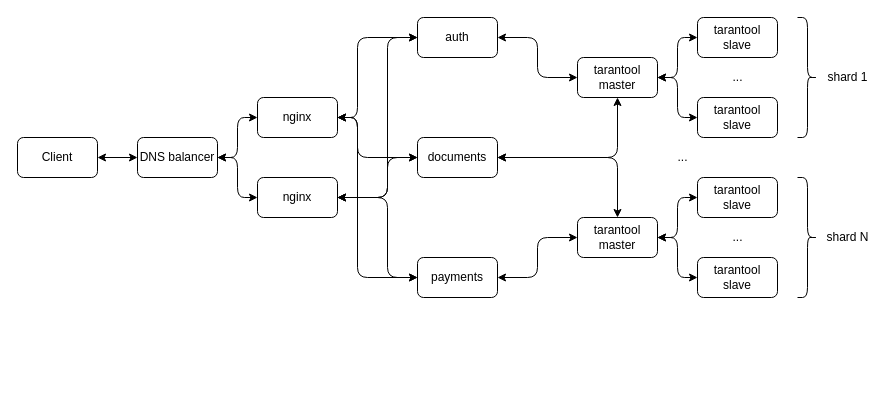
Earlier version of the draw.io diagram app_diagram.drawio (4Marvin2/highload_cloud). Source tidied: cells renumbered, new cells numbered last; positions are measured from the earlier drawing's top-left corner, leaving out a move shared by most shapes. Both pictures are drawn from the tidied source at 100%, with x=0, y=0 at pixel (17, 17).
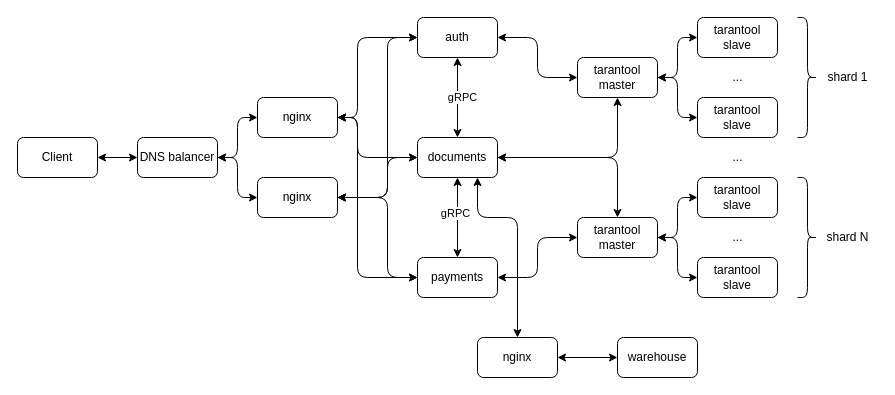
The same page after the edit.

Unchanged cells that the change refers to:
```xml
<mxCell id="12" value="auth" style="rounded=1;whiteSpace=wrap;html=1;" parent="1" vertex="1">
  <mxGeometry x="400" width="80" height="40" as="geometry" />
</mxCell>
<mxCell id="19" value="documents" style="rounded=1;whiteSpace=wrap;html=1;" parent="1" vertex="1">
  <mxGeometry x="400" y="120" width="80" height="40" as="geometry" />
</mxCell>
<mxCell id="21" value="payments" style="rounded=1;whiteSpace=wrap;html=1;" parent="1" vertex="1">
  <mxGeometry x="400" y="240" width="80" height="40" as="geometry" />
</mxCell>
```

The edit, as a diff of the source:
```diff
@@
+    <mxCell id="39" style="edgeStyle=orthogonalEdgeStyle;rounded=1;jettySize=auto;html=1;exitX=0.75;exitY=1;exitDx=0;exitDy=0;entryX=0.5;entryY=0;entryDx=0;entryDy=0;startArrow=classic;startFill=1;" parent="1" edge="1" source="19" target="45">
+      <mxGeometry relative="1" as="geometry">
+        <Array as="points">
+          <mxPoint x="460" y="200" />
+          <mxPoint x="500" y="200" />
+        </Array>
+      </mxGeometry>
+    </mxCell>
+    <mxCell id="40" style="edgeStyle=orthogonalEdgeStyle;rounded=1;jettySize=auto;html=1;exitX=0.5;exitY=0;exitDx=0;exitDy=0;entryX=0.5;entryY=1;entryDx=0;entryDy=0;startArrow=classic;startFill=1;" parent="1" edge="1" source="19" target="12">
+      <mxGeometry relative="1" as="geometry" />
+    </mxCell>
+    <mxCell id="41" value="gRPC" style="edgeLabel;html=1;align=center;verticalAlign=middle;" parent="40" vertex="1">
+      <mxGeometry x="0.03" y="-4" relative="1" as="geometry" />
+    </mxCell>
@@
+    <mxCell id="42" style="edgeStyle=orthogonalEdgeStyle;rounded=1;jettySize=auto;html=1;exitX=0.5;exitY=0;exitDx=0;exitDy=0;entryX=0.5;entryY=1;entryDx=0;entryDy=0;startArrow=classic;startFill=1;" parent="1" edge="1" source="21" target="19">
+      <mxGeometry relative="1" as="geometry" />
+    </mxCell>
+    <mxCell id="43" value="gRPC" style="edgeLabel;html=1;align=center;verticalAlign=middle;" parent="42" vertex="1">
+      <mxGeometry x="0.12" y="3" relative="1" as="geometry" />
+    </mxCell>
@@
     <mxCell id="34" value="..." style="text;html=1;align=center;verticalAlign=middle;strokeColor=none;fillColor=none;" parent="1" vertex="1">
-      <mxGeometry x="650" y="130" width="30" height="20" as="geometry" />
+      <mxGeometry x="705" y="130" width="30" height="20" as="geometry" />
     </mxCell>
@@
+    <mxCell id="44" style="edgeStyle=orthogonalEdgeStyle;rounded=1;jettySize=auto;html=1;exitX=1;exitY=0.5;exitDx=0;exitDy=0;entryX=0;entryY=0.5;entryDx=0;entryDy=0;startArrow=classic;startFill=1;" parent="1" edge="1" source="45" target="46">
+      <mxGeometry relative="1" as="geometry" />
+    </mxCell>
+    <mxCell id="45" value="nginx" style="rounded=1;whiteSpace=wrap;html=1;" parent="1" vertex="1">
+      <mxGeometry x="460" y="320" width="80" height="40" as="geometry" />
+    </mxCell>
+    <mxCell id="46" value="warehouse" style="rounded=1;whiteSpace=wrap;html=1;" parent="1" vertex="1">
+      <mxGeometry x="600" y="320" width="80" height="40" as="geometry" />
+    </mxCell>
```
